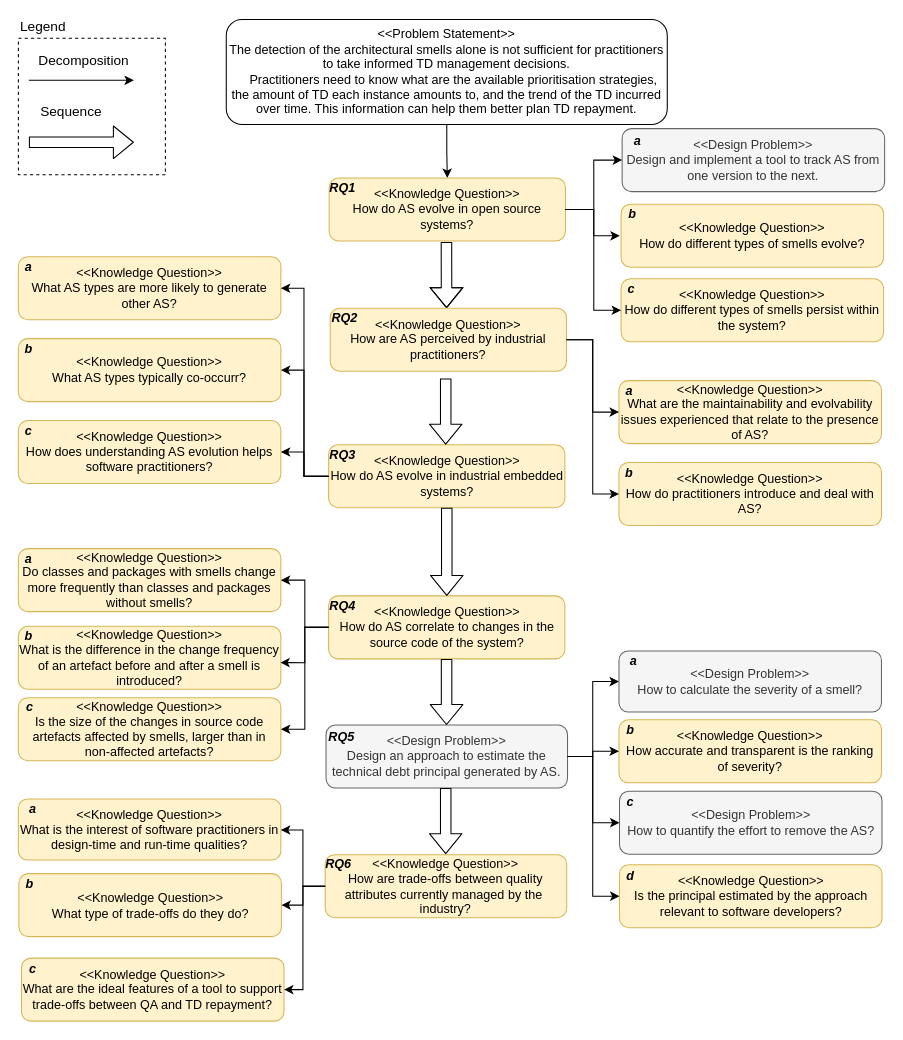
The draw.io diagram Figures/c1/problem-decomposition.drawio in darius-sas/phd-dissertation, before the edit. Source tidied: cells renumbered, new cells numbered last; positions are measured from the earlier drawing's top-left corner, leaving out a move shared by most shapes. Both pictures are drawn from the tidied source at 105%, with x=0, y=0 at pixel (18, 19).
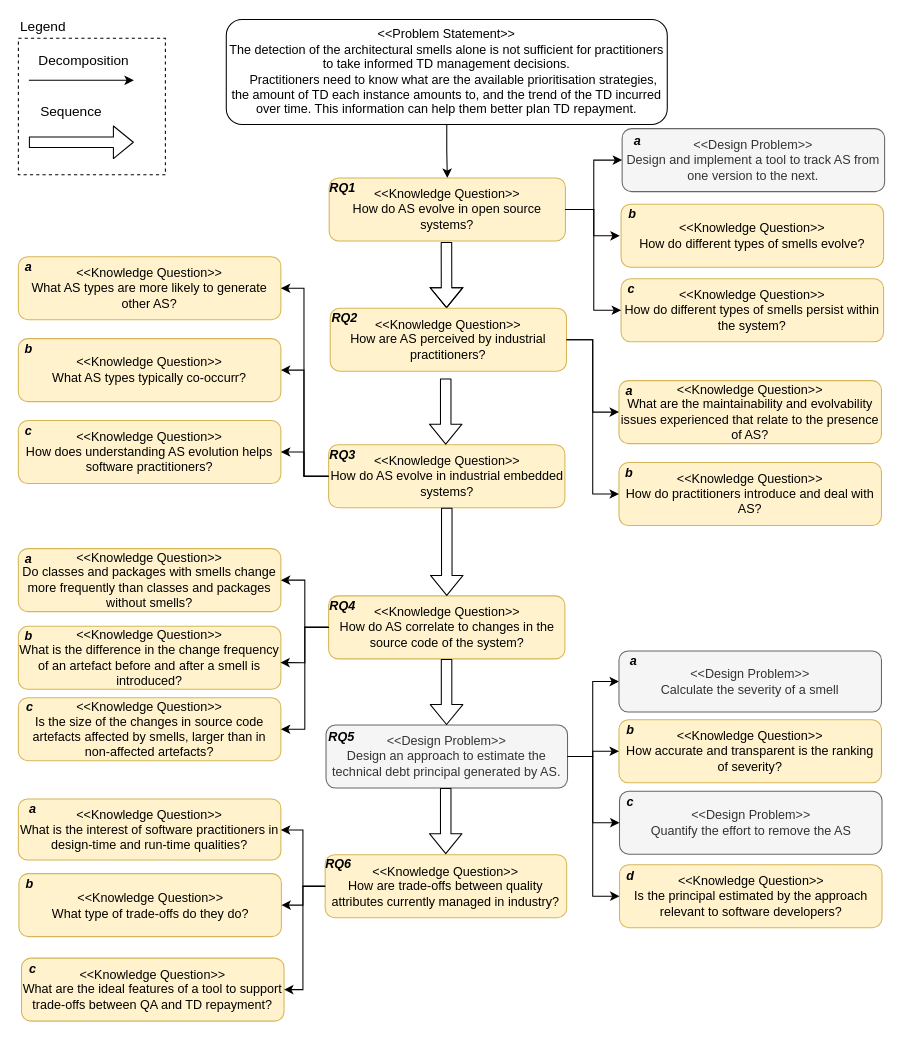
After the change.

Commit message (it also covers changes not shown here):
Revised RQs and 1.2 figure

The change refers to these unchanged cells:
```xml
<mxCell id="43" style="group;" parent="1" vertex="1">
  <mxGeometry x="572.5" y="735" width="250" height="60" as="geometry" />
</mxCell>
<mxCell id="48" style="group;" parent="47" vertex="1">
  <mxGeometry width="250" height="58.1" as="geometry" />
</mxCell>
<mxCell id="59" style="group;" parent="58" vertex="1">
  <mxGeometry width="230" height="60" as="geometry" />
</mxCell>
```

What changed in the source:
```diff
@@
-    <mxCell id="44" value="&amp;lt;&amp;lt;Design Problem&amp;gt;&amp;gt;&lt;br&gt;How to quantify the effort to remove the AS?" style="rounded=1;whiteSpace=wrap;html=1;fillColor=#f5f5f5;strokeColor=#666666;fontColor=#333333;" parent="43" vertex="1">
+    <mxCell id="44" value="&amp;lt;&amp;lt;Design Problem&amp;gt;&amp;gt;&lt;br&gt;Quantify the effort to remove the AS" style="rounded=1;whiteSpace=wrap;html=1;fillColor=#f5f5f5;strokeColor=#666666;fontColor=#333333;" parent="43" vertex="1">
       <mxGeometry width="250" height="60" as="geometry" />
     </mxCell>
@@
-    <mxCell id="49" value="&amp;lt;&amp;lt;Design Problem&amp;gt;&amp;gt;&lt;br&gt;&lt;div&gt;&lt;div&gt;&lt;span&gt;How to calculate the severity of a smell?&lt;/span&gt;&lt;/div&gt;&lt;/div&gt;" style="rounded=1;whiteSpace=wrap;html=1;fillColor=#f5f5f5;strokeColor=#666666;flipV=1;flipH=1;fontColor=#333333;" parent="48" vertex="1">
+    <mxCell id="49" value="&amp;lt;&amp;lt;Design Problem&amp;gt;&amp;gt;&lt;br&gt;&lt;div&gt;&lt;div&gt;&lt;span&gt;Calculate the severity of a smell&lt;/span&gt;&lt;/div&gt;&lt;/div&gt;" style="rounded=1;whiteSpace=wrap;html=1;fillColor=#f5f5f5;strokeColor=#666666;flipV=1;flipH=1;fontColor=#333333;" parent="48" vertex="1">
       <mxGeometry y="-1.9" width="250" height="58.1" as="geometry" />
     </mxCell>
@@
-    <mxCell id="60" value="&lt;div&gt;&amp;lt;&amp;lt;Knowledge Question&amp;gt;&amp;gt;&lt;/div&gt;&lt;div&gt;How are trade-offs between quality attributes currently managed by the&amp;nbsp; industry?&lt;/div&gt;" style="rounded=1;whiteSpace=wrap;html=1;fillColor=#fff2cc;strokeColor=#d6b656;" parent="59" vertex="1">
+    <mxCell id="60" value="&lt;div&gt;&amp;lt;&amp;lt;Knowledge Question&amp;gt;&amp;gt;&lt;/div&gt;&lt;div&gt;How are trade-offs between quality attributes currently managed in industry?&lt;/div&gt;" style="rounded=1;whiteSpace=wrap;html=1;fillColor=#fff2cc;strokeColor=#d6b656;" parent="59" vertex="1">
       <mxGeometry width="230" height="60" as="geometry" />
     </mxCell>
```
